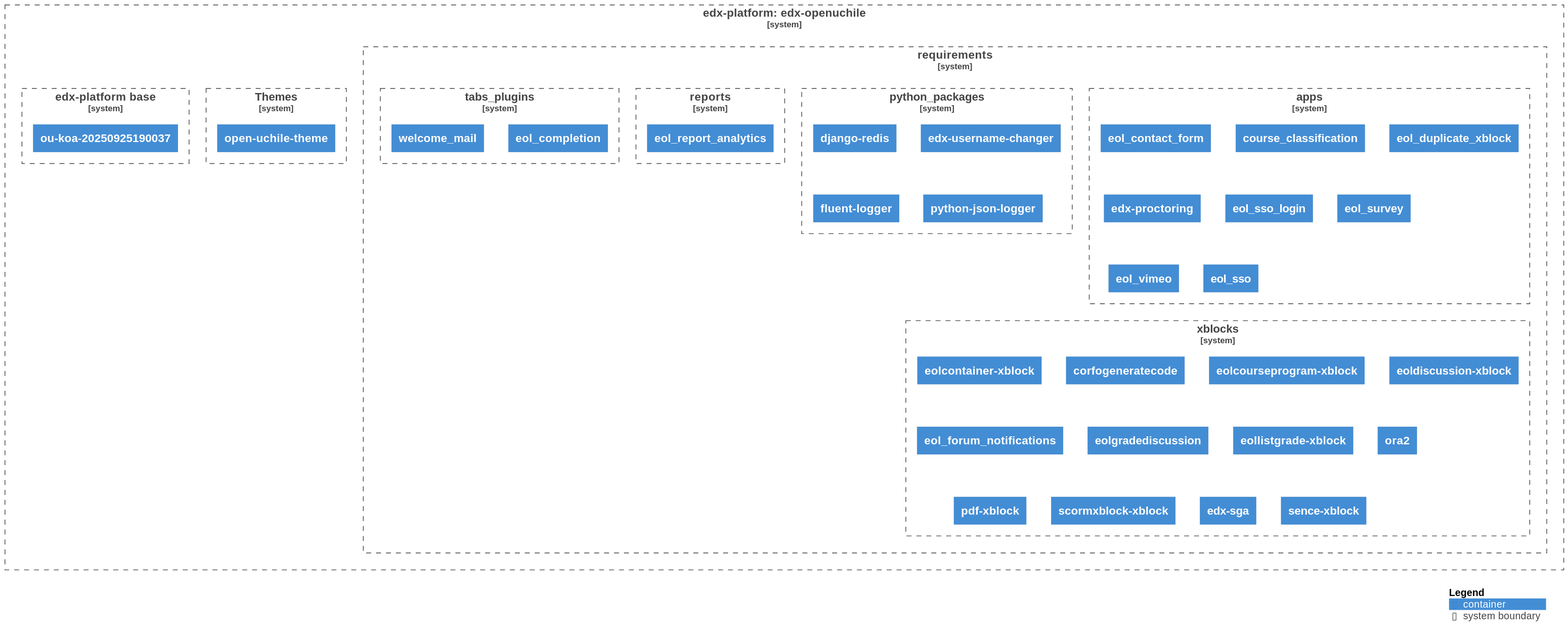
Above: diagrams/diagram.svg in eol-uchile/edx-openuchile (PlantUML), before the change.
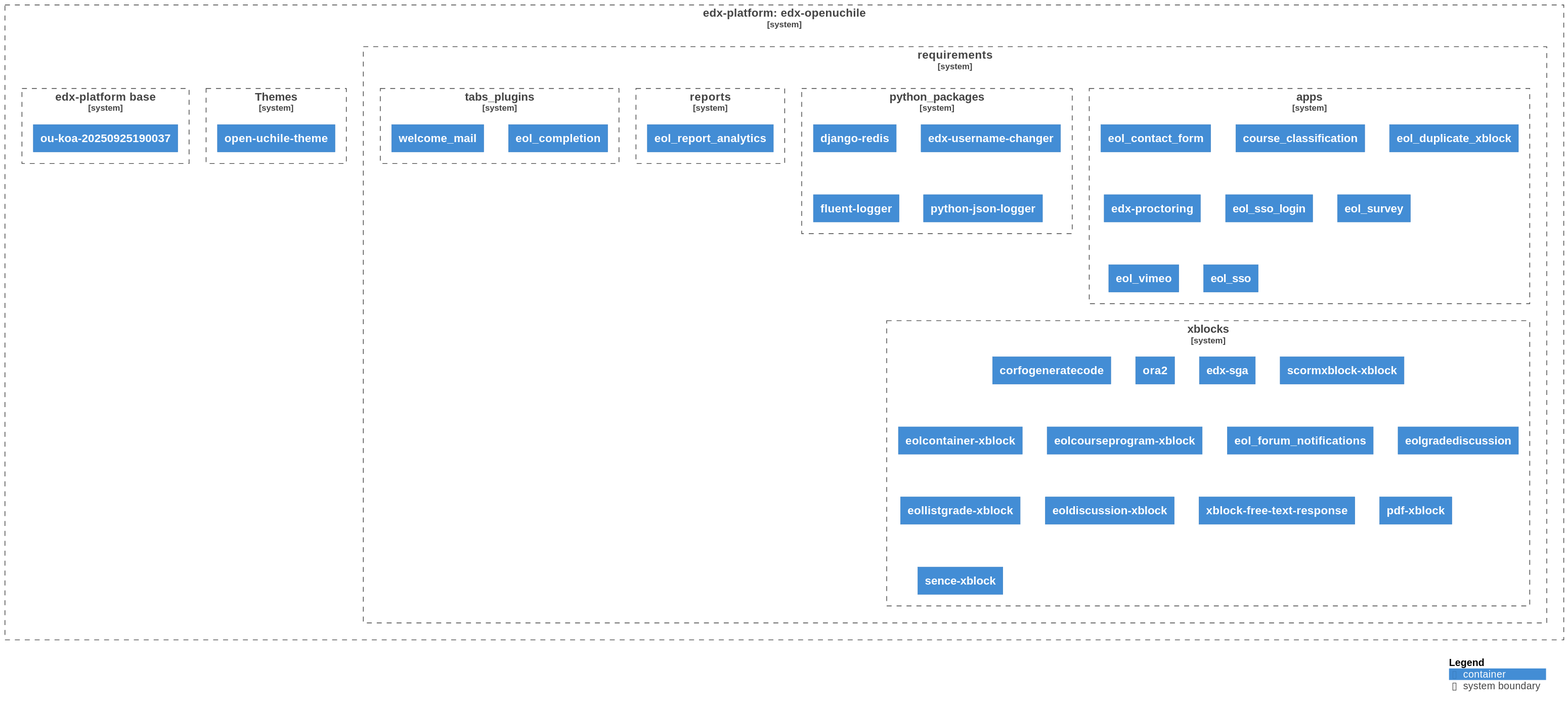
After the change.

Commit message:
chore: Auto-generate UML diagram

What changed in the source:
```diff
@@ -55,29 +55,31 @@
 
             System_Boundary(xblocks, "xblocks", $link="https://github.com/eol-uchile/edx-openuchile/blob/openuchile-release/koa/requirements/xblocks.txt") {
 
-                Container(xblocks1, "eolcontainer-xblock", $link="https://github.com/eol-uchile/eol-container-xblock.git/releases/tag/v1.0.0")
+                Container(xblocks1, "corfogeneratecode", $link="https://github.com/eol-uchile/corfo_generate_code/commit/a6b171148ba7278c05c664f0eb41f52743634bd2")
 
-                Container(xblocks2, "corfogeneratecode", $link="https://github.com/eol-uchile/corfo_generate_code/commit/a6b171148ba7278c05c664f0eb41f52743634bd2")
+                Container(xblocks2, "ora2", $link="https://github.com/eol-uchile/edx-ora2.git/commit/e873498bd2671b830f19a2441ec1608b7d4bbbc4")
 
-                Container(xblocks3, "eolcourseprogram-xblock", $link="https://github.com/eol-uchile/eol-course-program-xblock/releases/tag/0.1.1")
+                Container(xblocks3, "edx-sga", $link="https://github.com/eol-uchile/edx-sga/releases/tag/0.10.0+eol3.1.2")
 
-                Container(xblocks4, "eoldiscussion-xblock", $link="https://github.com/eol-uchile/eol_xblock_discussion/releases/tag/1.1.1")
+                Container(xblocks4, "scormxblock-xblock", $link="https://github.com/eol-uchile/edx_xblock_scorm/commit/c23184c0e22a7847f0b0c917bbe431c2973770fb")
 
-                Container(xblocks5, "eol_forum_notifications", $link="https://github.com/eol-uchile/eol_forum_notifications/releases/tag/1.0.4")
+                Container(xblocks5, "eolcontainer-xblock", $link="https://github.com/eol-uchile/eol-container-xblock.git/releases/tag/v1.0.0")
 
-                Container(xblocks6, "eolgradediscussion", $link="https://github.com/eol-uchile/eol_gradeforum_xblock/releases/tag/1.0.0")
+                Container(xblocks6, "eolcourseprogram-xblock", $link="https://github.com/eol-uchile/eol-course-program-xblock/releases/tag/0.1.1")
 
-                Container(xblocks7, "eollistgrade-xblock", $link="https://github.com/eol-uchile/eol_list_grade/releases/tag/1.0.0")
+                Container(xblocks7, "eol_forum_notifications", $link="https://github.com/eol-uchile/eol_forum_notifications/releases/tag/1.0.4")
 
-                Container(xblocks8, "ora2", $link="https://github.com/eol-uchile/edx-ora2.git/commit/e873498bd2671b830f19a2441ec1608b7d4bbbc4")
+                Container(xblocks8, "eolgradediscussion", $link="https://github.com/eol-uchile/eol_gradeforum_xblock/releases/tag/1.0.0")
 
-                Container(xblocks9, "pdf-xblock", $link="https://github.com/eol-uchile/pdfXBlock/releases/tag/v0.5.1")
+                Container(xblocks9, "eollistgrade-xblock", $link="https://github.com/eol-uchile/eol_list_grade/releases/tag/1.0.0")
 
-                Container(xblocks10, "scormxblock-xblock", $link="https://github.com/eol-uchile/edx_xblock_scorm/commit/c23184c0e22a7847f0b0c917bbe431c2973770fb")
+                Container(xblocks10, "eoldiscussion-xblock", $link="https://github.com/eol-uchile/eol_xblock_discussion/releases/tag/1.1.1")
 
-                Container(xblocks11, "edx-sga", $link="https://github.com/eol-uchile/edx-sga/releases/tag/0.10.0+eol3.1.2")
+                Container(xblocks11, "xblock-free-text-response", $link="https://github.com/eol-uchile/free-text-response/releases/tag/0.4.1")
 
-                Container(xblocks12, "sence-xblock", $link="https://github.com/eol-uchile/sence-xblock/releases/tag/2.0.0")
+                Container(xblocks12, "pdf-xblock", $link="https://github.com/eol-uchile/pdfXBlock/releases/tag/v0.5.1")
+
+                Container(xblocks13, "sence-xblock", $link="https://github.com/eol-uchile/sence-xblock/releases/tag/2.0.0")
 
             }
 
```
